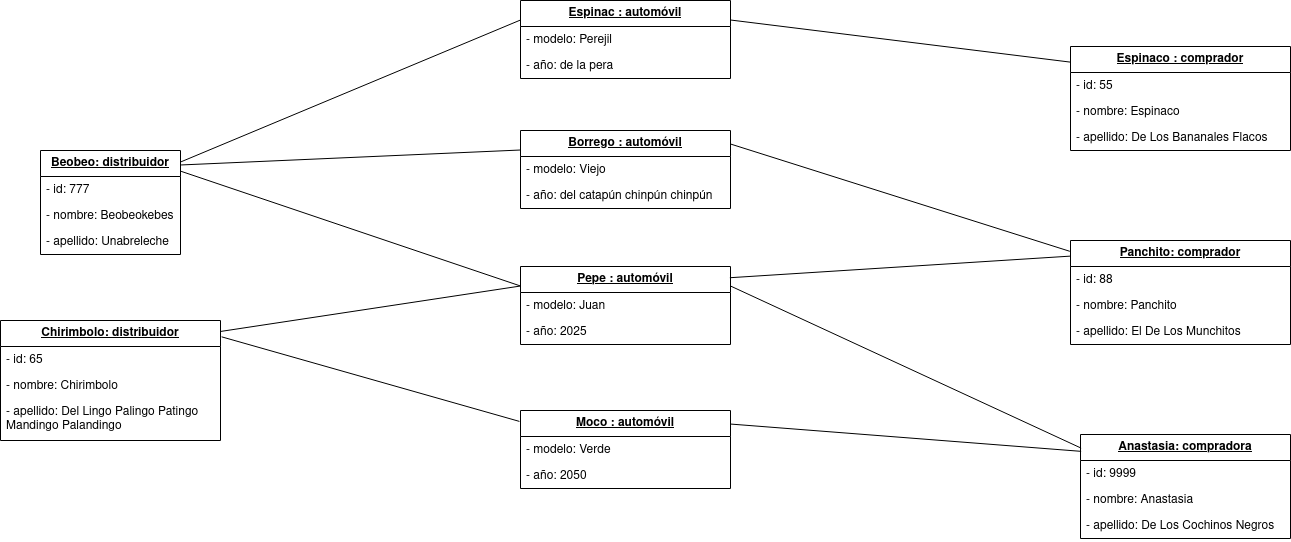
RafaelMayor/ETS keeps this draw.io diagram as Diagramas/Diagramas de objetos/DObj Modelo1.drawio.png. Above is the earlier version. Source tidied: cells renumbered, new cells last; positions are measured from the earlier drawing's top-left corner, leaving out a move shared by most shapes.
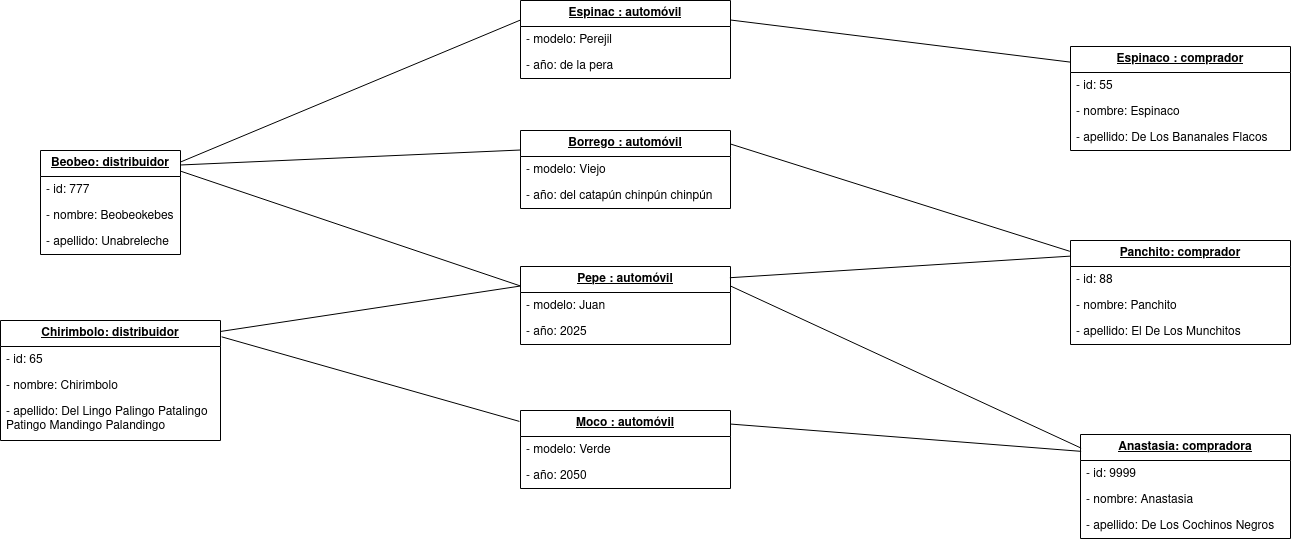
Later version of the same file.

Change to the diagram source:
```diff
@@ -47,7 +47,7 @@
     <mxCell id="16" value="- nombre: Chirimbolo" style="text;strokeColor=none;fillColor=none;align=left;verticalAlign=top;spacingLeft=4;spacingRight=4;overflow=hidden;whiteSpace=wrap;html=1;" parent="14" vertex="1">
       <mxGeometry y="52" width="220" height="26" as="geometry" />
     </mxCell>
-    <mxCell id="17" value="- apellido: Del Lingo Palingo Patingo Mandingo Palandingo" style="text;strokeColor=none;fillColor=none;align=left;verticalAlign=top;spacingLeft=4;spacingRight=4;overflow=hidden;whiteSpace=wrap;html=1;" parent="14" vertex="1">
+    <mxCell id="17" value="- apellido: Del Lingo Palingo Patalingo Patingo Mandingo Palandingo" style="text;strokeColor=none;fillColor=none;align=left;verticalAlign=top;spacingLeft=4;spacingRight=4;overflow=hidden;whiteSpace=wrap;html=1;" parent="14" vertex="1">
       <mxGeometry y="78" width="220" height="42" as="geometry" />
     </mxCell>
     <mxCell id="18" value="&lt;b&gt;&lt;u&gt;Beobeo: distribuidor&lt;/u&gt;&lt;/b&gt;" style="swimlane;fontStyle=0;horizontal=1;startSize=26;fillColor=none;whiteSpace=wrap;html=1;" parent="1" vertex="1">
```
